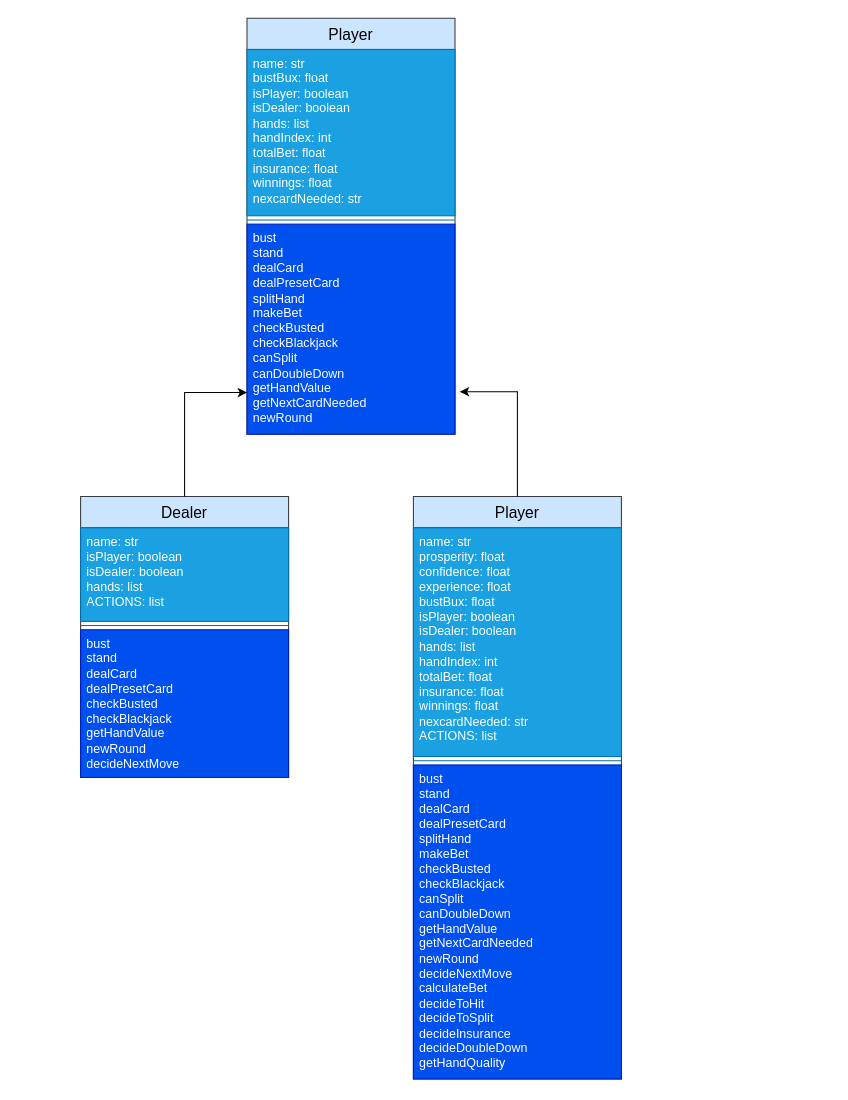
CDonners/None-Exam-Assessment-2026-AQA keeps this draw.io diagram as flowCharts/players class diagram.drawio. Above is the earlier version. Source tidied: cells renumbered, new cells numbered last; positions are measured from the earlier drawing's top-left corner, leaving out a move shared by most shapes. Both pictures are drawn from the tidied source at 104%, with x=0, y=0 at pixel (80, 18).
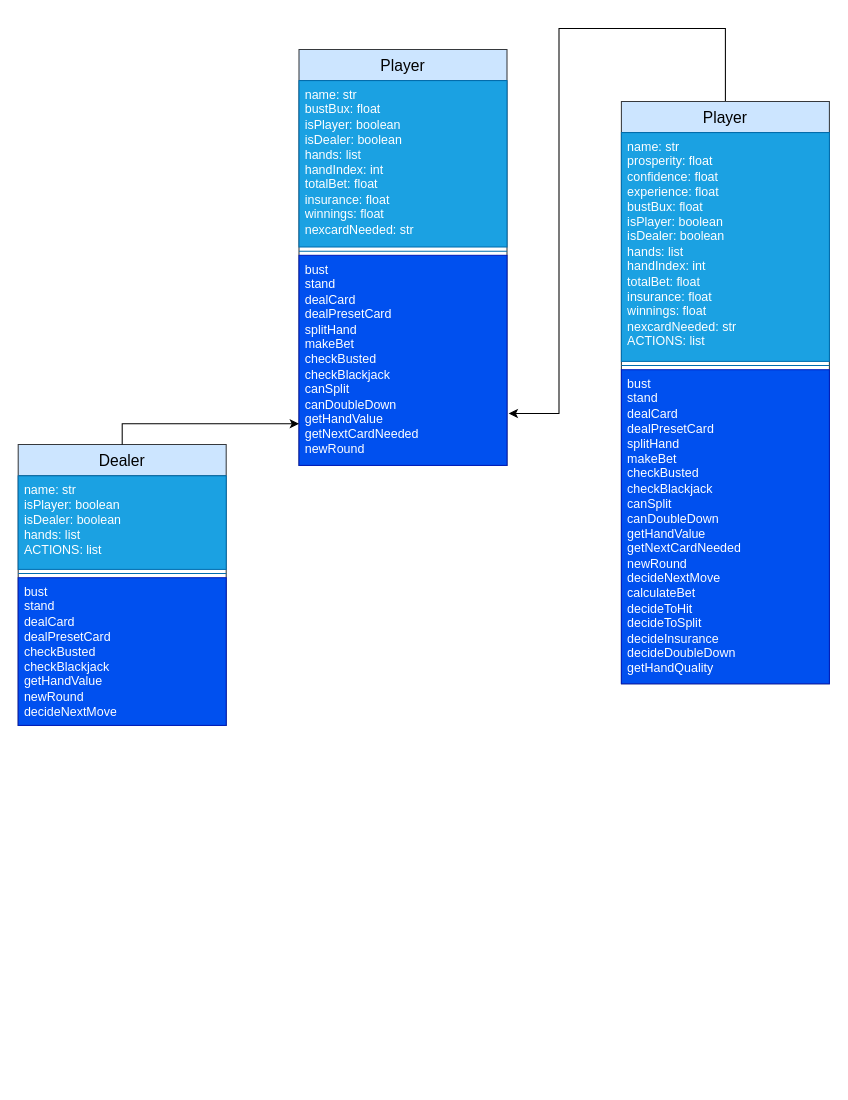
The same page after the edit.

Change to the diagram source:
```diff
@@
 <mxGraphModel>
   <root>
     <mxCell id="0" />
     <mxCell id="1" parent="0" />
     <mxCell id="2" value="&lt;span style=&quot;font-size: 15px; font-weight: 400;&quot;&gt;Player&lt;/span&gt;" style="swimlane;fontStyle=1;align=center;verticalAlign=top;horizontal=1;startSize=30;whiteSpace=wrap;html=1;fillColor=#cce5ff;strokeColor=#36393d;" parent="1" vertex="1">
-      <mxGeometry x="160" width="200" height="400" as="geometry" />
+      <mxGeometry x="210" y="30" width="200" height="400" as="geometry" />
     </mxCell>
     <mxCell id="3" value="name: str&lt;div&gt;bustBux: float&lt;/div&gt;&lt;div&gt;isPlayer: boolean&lt;/div&gt;&lt;div&gt;isDealer: boolean&lt;/div&gt;&lt;div&gt;hands: list&lt;/div&gt;&lt;div&gt;handIndex: int&lt;/div&gt;&lt;div&gt;totalBet: float&lt;/div&gt;&lt;div&gt;insurance: float&lt;/div&gt;&lt;div&gt;winnings: float&lt;/div&gt;&lt;div&gt;nexcardNeeded: str&lt;/div&gt;" style="text;align=left;verticalAlign=top;spacingLeft=4;spacingRight=4;overflow=hidden;whiteSpace=wrap;html=1;fillColor=#1ba1e2;strokeColor=#006EAF;fontColor=#ffffff;" parent="2" vertex="1">
       <mxGeometry y="30" width="200" height="160" as="geometry" />
     </mxCell>
     <mxCell id="4" style="line;strokeWidth=1;align=left;verticalAlign=middle;spacingTop=-1;spacingLeft=3;spacingRight=3;labelPosition=right;fillColor=#1ba1e2;fontColor=#ffffff;strokeColor=#006EAF;" parent="2" vertex="1">
       <mxGeometry y="190" width="200" height="8" as="geometry" />
     </mxCell>
     <mxCell id="5" value="bust&lt;div&gt;stand&lt;/div&gt;&lt;div&gt;dealCard&lt;/div&gt;&lt;div&gt;dealPresetCard&lt;/div&gt;&lt;div&gt;splitHand&lt;/div&gt;&lt;div&gt;makeBet&lt;/div&gt;&lt;div&gt;checkBusted&lt;/div&gt;&lt;div&gt;checkBlackjack&lt;/div&gt;&lt;div&gt;canSplit&lt;/div&gt;&lt;div&gt;canDoubleDown&lt;/div&gt;&lt;div&gt;getHandValue&lt;/div&gt;&lt;div&gt;getNextCardNeeded&lt;/div&gt;&lt;div&gt;newRound&lt;/div&gt;" style="text;strokeColor=#001DBC;fillColor=#0050ef;align=left;verticalAlign=top;spacingLeft=4;spacingRight=4;overflow=hidden;points=[[0,0.5],[1,0.5]];portConstraint=eastwest;whiteSpace=wrap;html=1;fontColor=#ffffff;" parent="2" vertex="1">
       <mxGeometry y="198" width="200" height="202" as="geometry" />
     </mxCell>
     <mxCell id="6" value="&lt;span style=&quot;font-size: 15px; font-weight: 400;&quot;&gt;Dealer&lt;/span&gt;" style="swimlane;fontStyle=1;align=center;verticalAlign=top;horizontal=1;startSize=30;whiteSpace=wrap;html=1;fillColor=#cce5ff;strokeColor=#36393d;" parent="1" vertex="1">
-      <mxGeometry y="460" width="200" height="270" as="geometry" />
+      <mxGeometry x="-60" y="410" width="200" height="270" as="geometry" />
     </mxCell>
     <mxCell id="7" value="name: str&lt;div&gt;&lt;span style=&quot;background-color: transparent; color: light-dark(rgb(255, 255, 255), rgb(18, 18, 18));&quot;&gt;isPlayer: boolean&lt;/span&gt;&lt;/div&gt;&lt;div&gt;isDealer: boolean&lt;/div&gt;&lt;div&gt;hands: list&lt;/div&gt;&lt;div&gt;ACTIONS: list&lt;/div&gt;" style="text;align=left;verticalAlign=top;spacingLeft=4;spacingRight=4;overflow=hidden;whiteSpace=wrap;html=1;fillColor=#1ba1e2;strokeColor=#006EAF;fontColor=#ffffff;" parent="6" vertex="1">
       <mxGeometry y="30" width="200" height="90" as="geometry" />
     </mxCell>
     <mxCell id="8" style="line;strokeWidth=1;align=left;verticalAlign=middle;spacingTop=-1;spacingLeft=3;spacingRight=3;labelPosition=right;fillColor=#1ba1e2;fontColor=#ffffff;strokeColor=#006EAF;" parent="6" vertex="1">
       <mxGeometry y="120" width="200" height="8" as="geometry" />
     </mxCell>
     <mxCell id="9" value="bust&lt;div&gt;stand&lt;/div&gt;&lt;div&gt;dealCard&lt;/div&gt;&lt;div&gt;dealPresetCard&lt;/div&gt;&lt;div&gt;&lt;span style=&quot;background-color: transparent; color: light-dark(rgb(255, 255, 255), rgb(18, 18, 18));&quot;&gt;checkBusted&lt;/span&gt;&lt;/div&gt;&lt;div&gt;checkBlackjack&lt;/div&gt;&lt;div&gt;&lt;span style=&quot;background-color: transparent; color: light-dark(rgb(255, 255, 255), rgb(18, 18, 18));&quot;&gt;getHandValue&lt;/span&gt;&lt;/div&gt;&lt;div&gt;&lt;span style=&quot;background-color: transparent; color: light-dark(rgb(255, 255, 255), rgb(18, 18, 18));&quot;&gt;newRound&lt;/span&gt;&lt;/div&gt;&lt;div&gt;&lt;span style=&quot;background-color: transparent; color: light-dark(rgb(255, 255, 255), rgb(18, 18, 18));&quot;&gt;decideNextMove&lt;/span&gt;&lt;/div&gt;" style="text;strokeColor=#001DBC;fillColor=#0050ef;align=left;verticalAlign=top;spacingLeft=4;spacingRight=4;overflow=hidden;whiteSpace=wrap;html=1;fontColor=#ffffff;" parent="6" vertex="1">
       <mxGeometry y="128" width="200" height="142" as="geometry" />
     </mxCell>
+    <mxCell id="14" style="edgeStyle=orthogonalEdgeStyle;rounded=0;jettySize=auto;html=1;exitX=0.5;exitY=0;exitDx=0;exitDy=0;entryX=1.008;entryY=0.753;entryDx=0;entryDy=0;entryPerimeter=0;" parent="1" edge="1" source="10" target="5">
+      <mxGeometry relative="1" as="geometry">
+        <Array as="points">
+          <mxPoint x="620" y="10" />
+          <mxPoint x="460" y="10" />
+          <mxPoint x="460" y="380" />
+        </Array>
+      </mxGeometry>
+    </mxCell>
     <mxCell id="10" value="&lt;span style=&quot;font-size: 15px; font-weight: 400;&quot;&gt;Player&lt;/span&gt;" style="swimlane;fontStyle=1;align=center;verticalAlign=top;horizontal=1;startSize=30;whiteSpace=wrap;html=1;fillColor=#cce5ff;strokeColor=#36393d;" parent="1" vertex="1">
-      <mxGeometry x="320" y="460" width="200" height="560" as="geometry" />
+      <mxGeometry x="520" y="80" width="200" height="560" as="geometry" />
     </mxCell>
     <mxCell id="11" value="name: str&lt;div&gt;prosperity: float&lt;/div&gt;&lt;div&gt;confidence: float&lt;/div&gt;&lt;div&gt;experience: float&lt;br&gt;&lt;div&gt;bustBux: float&lt;/div&gt;&lt;div&gt;isPlayer: boolean&lt;/div&gt;&lt;div&gt;isDealer: boolean&lt;/div&gt;&lt;div&gt;hands: list&lt;/div&gt;&lt;div&gt;handIndex: int&lt;/div&gt;&lt;div&gt;totalBet: float&lt;/div&gt;&lt;div&gt;insurance: float&lt;/div&gt;&lt;div&gt;winnings: float&lt;/div&gt;&lt;div&gt;nexcardNeeded: str&lt;/div&gt;&lt;/div&gt;&lt;div&gt;ACTIONS: list&lt;/div&gt;" style="text;align=left;verticalAlign=top;spacingLeft=4;spacingRight=4;overflow=hidden;whiteSpace=wrap;html=1;fillColor=#1ba1e2;strokeColor=#006EAF;fontColor=#ffffff;" parent="10" vertex="1">
       <mxGeometry y="30" width="200" height="220" as="geometry" />
     </mxCell>
     <mxCell id="12" style="line;strokeWidth=1;align=left;verticalAlign=middle;spacingTop=-1;spacingLeft=3;spacingRight=3;labelPosition=right;fillColor=#1ba1e2;fontColor=#ffffff;strokeColor=#006EAF;" parent="10" vertex="1">
       <mxGeometry y="250" width="200" height="8" as="geometry" />
     </mxCell>
     <mxCell id="13" value="bust&lt;div&gt;stand&lt;/div&gt;&lt;div&gt;dealCard&lt;/div&gt;&lt;div&gt;dealPresetCard&lt;/div&gt;&lt;div&gt;splitHand&lt;/div&gt;&lt;div&gt;makeBet&lt;/div&gt;&lt;div&gt;checkBusted&lt;/div&gt;&lt;div&gt;checkBlackjack&lt;/div&gt;&lt;div&gt;canSplit&lt;/div&gt;&lt;div&gt;canDoubleDown&lt;/div&gt;&lt;div&gt;getHandValue&lt;/div&gt;&lt;div&gt;getNextCardNeeded&lt;/div&gt;&lt;div&gt;newRound&lt;/div&gt;&lt;div&gt;decideNextMove&lt;/div&gt;&lt;div&gt;calculateBet&lt;/div&gt;&lt;div&gt;decideToHit&lt;/div&gt;&lt;div&gt;decideToSplit&lt;/div&gt;&lt;div&gt;decideInsurance&lt;/div&gt;&lt;div&gt;decideDoubleDown&lt;/div&gt;&lt;div&gt;getHandQuality&lt;/div&gt;" style="text;strokeColor=#001DBC;fillColor=#0050ef;align=left;verticalAlign=top;spacingLeft=4;spacingRight=4;overflow=hidden;whiteSpace=wrap;html=1;fontColor=#ffffff;" parent="10" vertex="1">
       <mxGeometry y="258" width="200" height="302" as="geometry" />
     </mxCell>
-    <mxCell id="14" style="edgeStyle=orthogonalEdgeStyle;rounded=0;jettySize=auto;html=1;entryX=1.023;entryY=0.798;entryDx=0;entryDy=0;entryPerimeter=0;" parent="1" edge="1" source="10" target="5">
-      <mxGeometry relative="1" as="geometry" />
-    </mxCell>
-    <mxCell id="15" style="edgeStyle=orthogonalEdgeStyle;rounded=0;jettySize=auto;html=1;entryX=0;entryY=0.802;entryDx=0;entryDy=0;entryPerimeter=0;" parent="1" edge="1" source="6" target="5">
+    <mxCell id="15" style="edgeStyle=orthogonalEdgeStyle;rounded=0;jettySize=auto;html=1;entryX=0;entryY=0.802;entryDx=0;entryDy=0;entryPerimeter=0;exitX=0.5;exitY=0;exitDx=0;exitDy=0;" parent="1" edge="1" source="6" target="5">
       <mxGeometry relative="1" as="geometry" />
     </mxCell>
   </root>
 </mxGraphModel>
```
